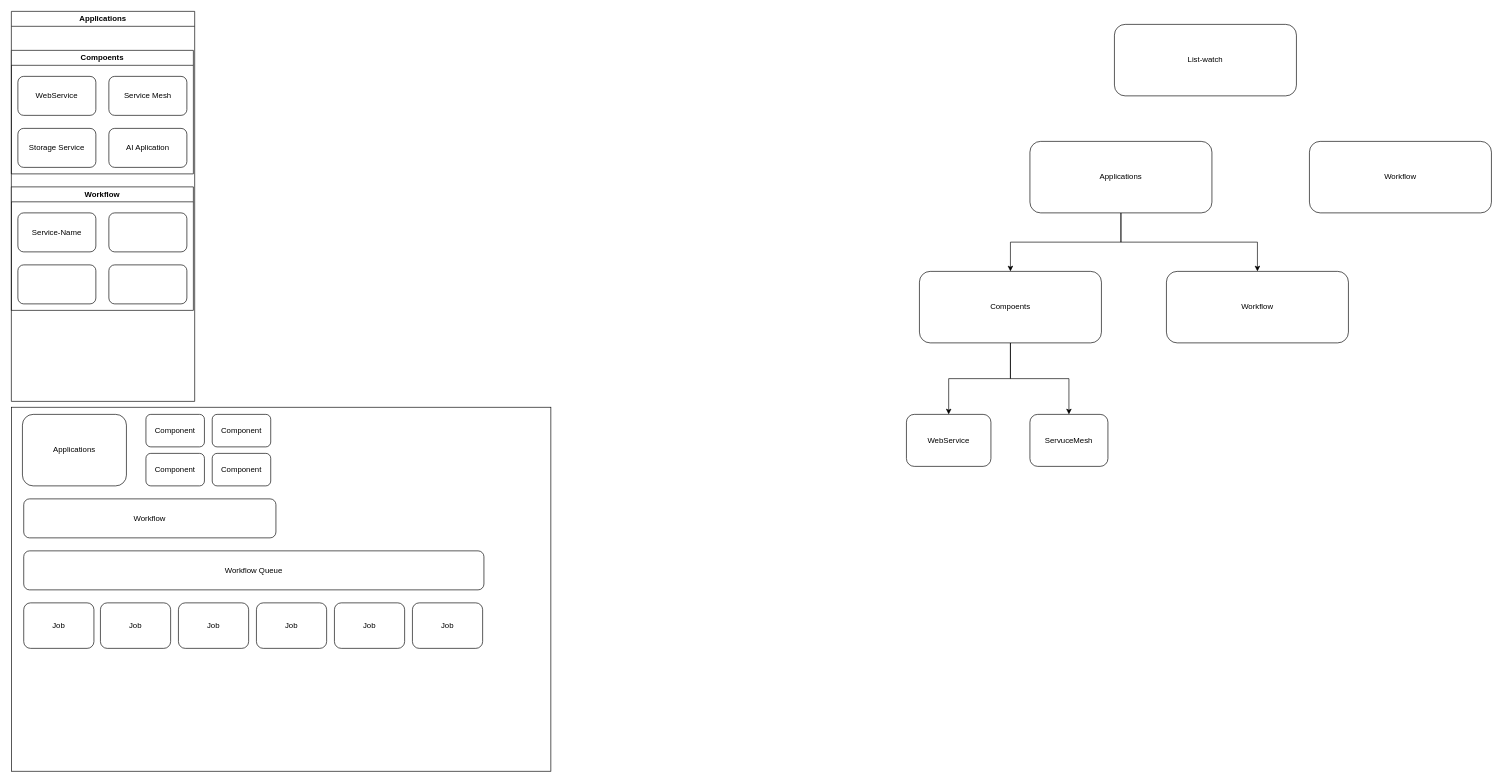
SilentEchoe/KubeMin-Cli keeps this draw.io diagram as doc/workflow.drawio. Above is the earlier version. Source tidied: cells renumbered, new cells numbered last; positions are measured from the earlier drawing's top-left corner, leaving out a move shared by most shapes. Both pictures are drawn from the tidied source at 65%, with x=0, y=0 at pixel (11, 11).
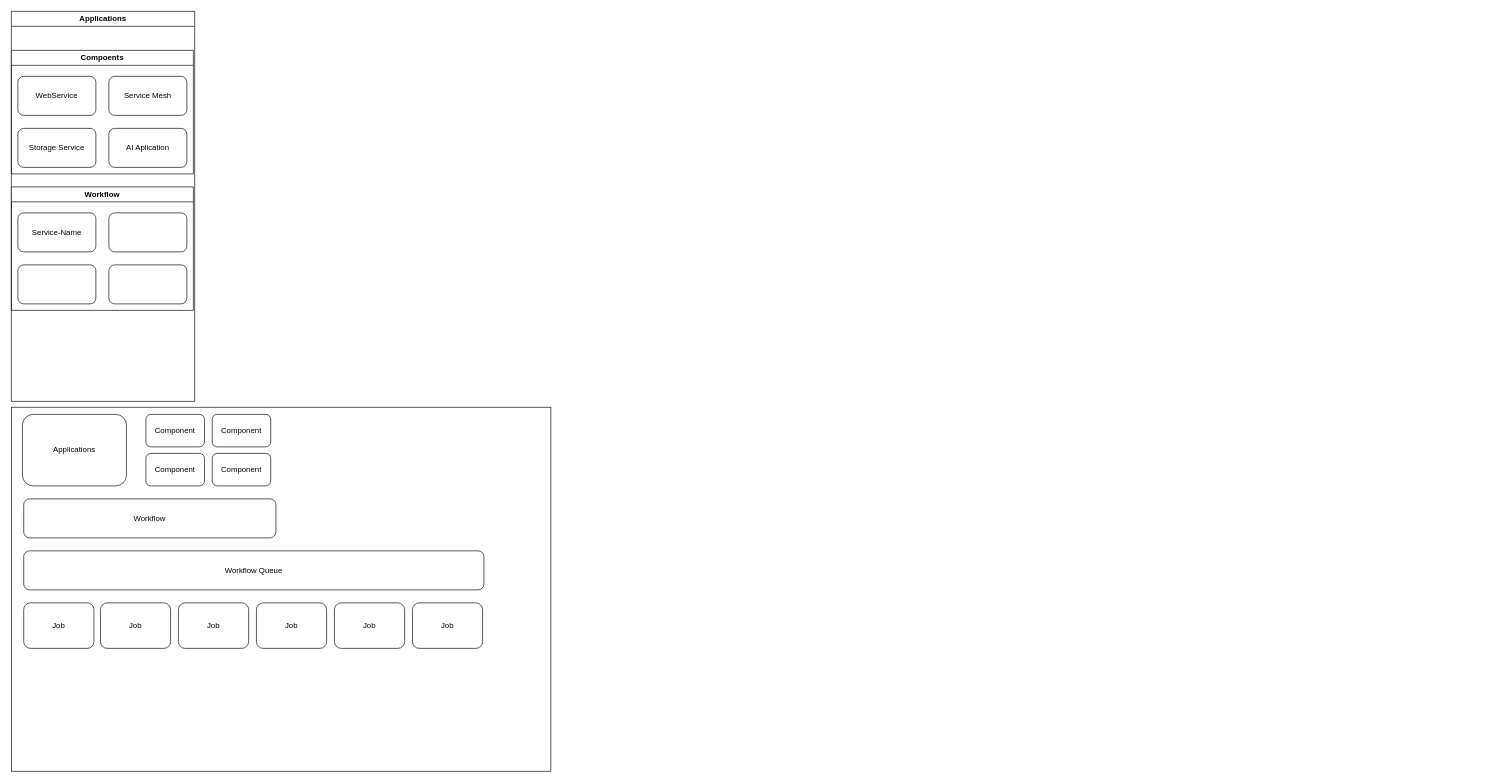
Above is the later version.

Diff of the diagram source:
```diff
@@
-    <mxCell id="3" value="List-watch" style="rounded=1;whiteSpace=wrap;html=1;" parent="1" vertex="1">
-      <mxGeometry x="1697" y="20" width="280" height="110" as="geometry" />
-    </mxCell>
@@
-    <mxCell id="15" style="edgeStyle=orthogonalEdgeStyle;rounded=0;jettySize=auto;html=1;exitX=0.5;exitY=1;exitDx=0;exitDy=0;entryX=0.5;entryY=0;entryDx=0;entryDy=0;" parent="1" edge="1" source="17" target="22">
-      <mxGeometry relative="1" as="geometry" />
-    </mxCell>
-    <mxCell id="16" style="edgeStyle=orthogonalEdgeStyle;rounded=0;jettySize=auto;html=1;exitX=0.5;exitY=1;exitDx=0;exitDy=0;entryX=0.5;entryY=0;entryDx=0;entryDy=0;" parent="1" edge="1" source="17" target="19">
-      <mxGeometry relative="1" as="geometry" />
-    </mxCell>
-    <mxCell id="17" value="Applications" style="rounded=1;whiteSpace=wrap;html=1;" parent="1" vertex="1">
-      <mxGeometry x="1567" y="200" width="280" height="110" as="geometry" />
-    </mxCell>
-    <mxCell id="18" value="Workflow" style="rounded=1;whiteSpace=wrap;html=1;" parent="1" vertex="1">
-      <mxGeometry x="1997" y="200" width="280" height="110" as="geometry" />
-    </mxCell>
-    <mxCell id="19" value="Workflow" style="rounded=1;whiteSpace=wrap;html=1;" parent="1" vertex="1">
-      <mxGeometry x="1777" y="400" width="280" height="110" as="geometry" />
-    </mxCell>
-    <mxCell id="20" style="edgeStyle=orthogonalEdgeStyle;rounded=0;jettySize=auto;html=1;exitX=0.5;exitY=1;exitDx=0;exitDy=0;entryX=0.5;entryY=0;entryDx=0;entryDy=0;" parent="1" edge="1" source="22" target="23">
-      <mxGeometry relative="1" as="geometry" />
-    </mxCell>
-    <mxCell id="21" style="edgeStyle=orthogonalEdgeStyle;rounded=0;jettySize=auto;html=1;exitX=0.5;exitY=1;exitDx=0;exitDy=0;entryX=0.5;entryY=0;entryDx=0;entryDy=0;" parent="1" edge="1" source="22" target="24">
-      <mxGeometry relative="1" as="geometry" />
-    </mxCell>
-    <mxCell id="22" value="Compoents" style="rounded=1;whiteSpace=wrap;html=1;" parent="1" vertex="1">
-      <mxGeometry x="1397" y="400" width="280" height="110" as="geometry" />
-    </mxCell>
-    <mxCell id="23" value="WebService" style="rounded=1;whiteSpace=wrap;html=1;" parent="1" vertex="1">
-      <mxGeometry x="1377" y="620" width="130" height="80" as="geometry" />
-    </mxCell>
-    <mxCell id="24" value="ServuceMesh" style="rounded=1;whiteSpace=wrap;html=1;" parent="1" vertex="1">
-      <mxGeometry x="1567" y="620" width="120" height="80" as="geometry" />
-    </mxCell>
```
